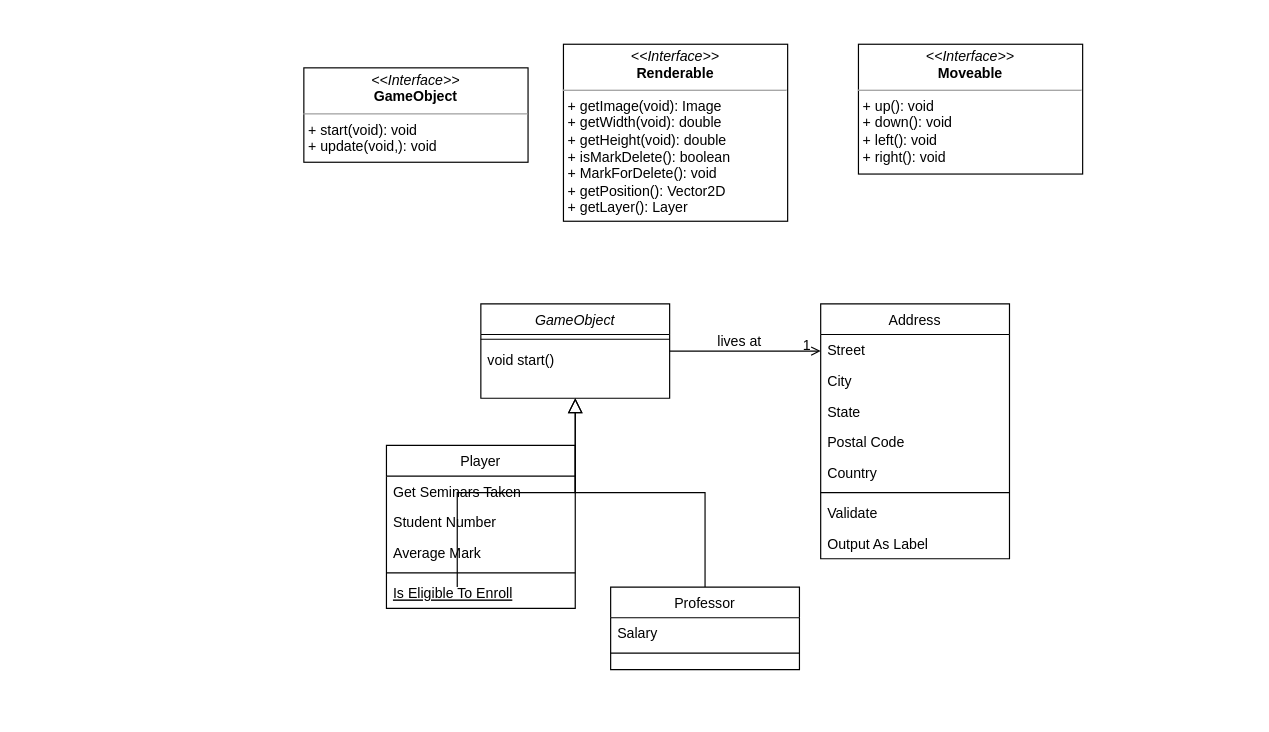
This is space.drawio from hayden-pzhou/drawioChart, a draw.io file, before an edit. Source tidied: cells renumbered, new cells numbered last; positions are measured from the earlier drawing's top-left corner, leaving out a move shared by most shapes. Both pictures are drawn from the tidied source at 118%, with x=0, y=0 at pixel (303, 44).
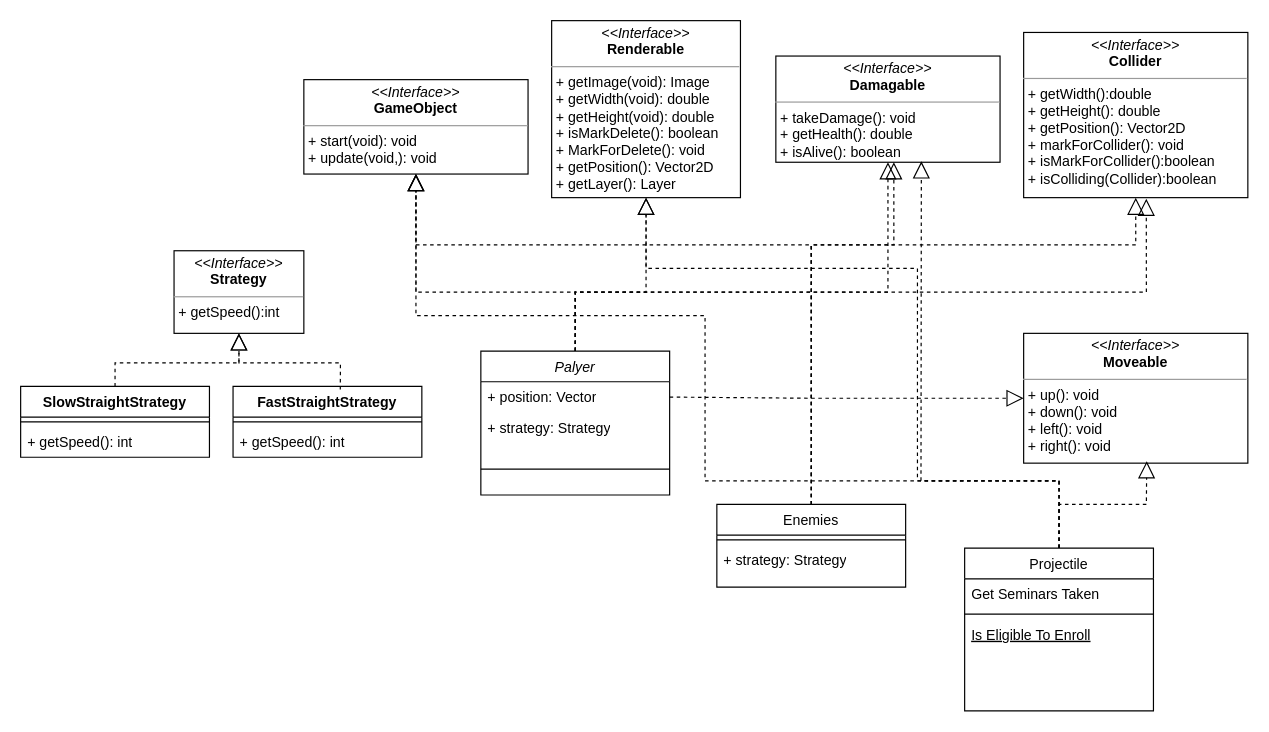
The same diagram, later.

Change to the diagram source:
```diff
@@
-    <mxCell id="2" value="GameObject" style="swimlane;fontStyle=2;align=center;verticalAlign=top;horizontal=1;startSize=26;rounded=0;shadow=0;strokeWidth=1;" parent="1" vertex="1">
-      <mxGeometry x="150" y="220" width="160" height="80" as="geometry" />
+    <mxCell id="2" value="Palyer" style="swimlane;fontStyle=2;align=center;verticalAlign=top;horizontal=1;startSize=26;rounded=0;shadow=0;strokeWidth=1;" parent="1" vertex="1">
+      <mxGeometry x="150" y="260" width="160" height="122" as="geometry" />
     </mxCell>
+    <mxCell id="31" value="+ position: Vector" style="text;strokeColor=none;fillColor=none;align=left;verticalAlign=top;spacingLeft=4;spacingRight=4;overflow=hidden;points=[[0,0.5],[1,0.5]];portConstraint=eastwest;whiteSpace=wrap;html=1;" parent="2" vertex="1">
+      <mxGeometry y="26" width="160" height="26" as="geometry" />
+    </mxCell>
+    <mxCell id="32" value="+ strategy: Strategy" style="text;strokeColor=none;fillColor=none;align=left;verticalAlign=top;spacingLeft=4;spacingRight=4;overflow=hidden;whiteSpace=wrap;html=1;" parent="2" vertex="1">
+      <mxGeometry y="52" width="160" height="26" as="geometry" />
+    </mxCell>
     <mxCell id="3" style="line;html=1;strokeWidth=1;align=left;verticalAlign=middle;spacingTop=-1;spacingLeft=3;spacingRight=3;labelPosition=right;" parent="2" vertex="1">
-      <mxGeometry y="26" width="160" height="8" as="geometry" />
+      <mxGeometry y="78" width="160" height="44" as="geometry" />
     </mxCell>
-    <mxCell id="4" value="void start()" style="text;align=left;verticalAlign=top;spacingLeft=4;spacingRight=4;overflow=hidden;" parent="2" vertex="1">
-      <mxGeometry y="34" width="160" height="26" as="geometry" />
-    </mxCell>
-    <mxCell id="5" value="Player" style="swimlane;fontStyle=0;align=center;verticalAlign=top;horizontal=1;startSize=26;rounded=0;shadow=0;strokeWidth=1;" parent="1" vertex="1">
-      <mxGeometry x="70" y="340" width="160" height="138" as="geometry" />
+    <mxCell id="5" value="Projectile" style="swimlane;fontStyle=0;align=center;verticalAlign=top;horizontal=1;startSize=26;rounded=0;shadow=0;strokeWidth=1;" parent="1" vertex="1">
+      <mxGeometry x="560" y="427" width="160" height="138" as="geometry" />
     </mxCell>
@@
-    <mxCell id="7" value="Student Number" style="text;align=left;verticalAlign=top;spacingLeft=4;spacingRight=4;overflow=hidden;" parent="5" vertex="1">
-      <mxGeometry y="52" width="160" height="26" as="geometry" />
-    </mxCell>
-    <mxCell id="8" value="Average Mark" style="text;align=left;verticalAlign=top;spacingLeft=4;spacingRight=4;overflow=hidden;rounded=0;shadow=0;html=0;" parent="5" vertex="1">
-      <mxGeometry y="78" width="160" height="26" as="geometry" />
-    </mxCell>
     <mxCell id="9" style="line;html=1;strokeWidth=1;align=left;verticalAlign=middle;spacingTop=-1;spacingLeft=3;spacingRight=3;labelPosition=right;" parent="5" vertex="1">
-      <mxGeometry y="104" width="160" height="8" as="geometry" />
+      <mxGeometry y="52" width="160" height="8" as="geometry" />
     </mxCell>
     <mxCell id="10" value="Is Eligible To Enroll" style="text;align=left;verticalAlign=top;spacingLeft=4;spacingRight=4;overflow=hidden;fontStyle=4;" parent="5" vertex="1">
-      <mxGeometry y="112" width="160" height="26" as="geometry" />
+      <mxGeometry y="60" width="160" height="26" as="geometry" />
     </mxCell>
-    <mxCell id="11" style="endArrow=block;endSize=10;endFill=0;shadow=0;strokeWidth=1;rounded=0;edgeStyle=elbowEdgeStyle;elbow=vertical;" parent="1" edge="1" target="2">
-      <mxGeometry relative="1" as="geometry">
-        <mxPoint x="130" y="460" as="sourcePoint" />
-      </mxGeometry>
-    </mxCell>
-    <mxCell id="12" value="Professor" style="swimlane;fontStyle=0;align=center;verticalAlign=top;horizontal=1;startSize=26;rounded=0;shadow=0;strokeWidth=1;" parent="1" vertex="1">
-      <mxGeometry x="260" y="460" width="160" height="70" as="geometry" />
+    <mxCell id="12" value="Enemies" style="swimlane;fontStyle=0;align=center;verticalAlign=top;horizontal=1;startSize=26;rounded=0;shadow=0;strokeWidth=1;" parent="1" vertex="1">
+      <mxGeometry x="350" y="390" width="160" height="70" as="geometry" />
     </mxCell>
-    <mxCell id="13" value="Salary" style="text;align=left;verticalAlign=top;spacingLeft=4;spacingRight=4;overflow=hidden;" parent="12" vertex="1">
-      <mxGeometry y="26" width="160" height="26" as="geometry" />
-    </mxCell>
     <mxCell id="14" style="line;html=1;strokeWidth=1;align=left;verticalAlign=middle;spacingTop=-1;spacingLeft=3;spacingRight=3;labelPosition=right;" parent="12" vertex="1">
-      <mxGeometry y="52" width="160" height="8" as="geometry" />
+      <mxGeometry y="26" width="160" height="8" as="geometry" />
     </mxCell>
-    <mxCell id="15" style="endArrow=block;endSize=10;endFill=0;shadow=0;strokeWidth=1;rounded=0;edgeStyle=elbowEdgeStyle;elbow=vertical;" parent="1" edge="1" source="12" target="2">
-      <mxGeometry relative="1" as="geometry" />
-    </mxCell>
-    <mxCell id="16" value="Address" style="swimlane;fontStyle=0;align=center;verticalAlign=top;horizontal=1;startSize=26;rounded=0;shadow=0;strokeWidth=1;" parent="1" vertex="1">
-      <mxGeometry x="438" y="220" width="160" height="216" as="geometry" />
-    </mxCell>
-    <mxCell id="17" value="Street" style="text;align=left;verticalAlign=top;spacingLeft=4;spacingRight=4;overflow=hidden;" parent="16" vertex="1">
-      <mxGeometry y="26" width="160" height="26" as="geometry" />
-    </mxCell>
-    <mxCell id="18" value="City" style="text;align=left;verticalAlign=top;spacingLeft=4;spacingRight=4;overflow=hidden;rounded=0;shadow=0;html=0;" parent="16" vertex="1">
-      <mxGeometry y="52" width="160" height="26" as="geometry" />
-    </mxCell>
-    <mxCell id="19" value="State" style="text;align=left;verticalAlign=top;spacingLeft=4;spacingRight=4;overflow=hidden;rounded=0;shadow=0;html=0;" parent="16" vertex="1">
-      <mxGeometry y="78" width="160" height="26" as="geometry" />
-    </mxCell>
-    <mxCell id="20" value="Postal Code" style="text;align=left;verticalAlign=top;spacingLeft=4;spacingRight=4;overflow=hidden;rounded=0;shadow=0;html=0;" parent="16" vertex="1">
-      <mxGeometry y="104" width="160" height="26" as="geometry" />
-    </mxCell>
-    <mxCell id="21" value="Country" style="text;align=left;verticalAlign=top;spacingLeft=4;spacingRight=4;overflow=hidden;rounded=0;shadow=0;html=0;" parent="16" vertex="1">
-      <mxGeometry y="130" width="160" height="26" as="geometry" />
-    </mxCell>
-    <mxCell id="22" style="line;html=1;strokeWidth=1;align=left;verticalAlign=middle;spacingTop=-1;spacingLeft=3;spacingRight=3;labelPosition=right;" parent="16" vertex="1">
-      <mxGeometry y="156" width="160" height="8" as="geometry" />
-    </mxCell>
-    <mxCell id="23" value="Validate" style="text;align=left;verticalAlign=top;spacingLeft=4;spacingRight=4;overflow=hidden;" parent="16" vertex="1">
-      <mxGeometry y="164" width="160" height="26" as="geometry" />
-    </mxCell>
-    <mxCell id="24" value="Output As Label" style="text;align=left;verticalAlign=top;spacingLeft=4;spacingRight=4;overflow=hidden;" parent="16" vertex="1">
-      <mxGeometry y="190" width="160" height="26" as="geometry" />
-    </mxCell>
-    <mxCell id="25" style="endArrow=open;shadow=0;strokeWidth=1;rounded=0;endFill=1;edgeStyle=elbowEdgeStyle;elbow=vertical;" parent="1" edge="1" source="2" target="16">
-      <mxGeometry x="0.5" y="41" relative="1" as="geometry">
-        <mxPoint x="-40" y="32" as="offset" />
-      </mxGeometry>
-    </mxCell>
-    <mxCell id="26" value="1" style="align=right;verticalAlign=bottom;labelBackgroundColor=none;fontSize=12;" parent="25" vertex="1">
-      <mxGeometry x="1" relative="1" as="geometry">
-        <mxPoint x="-7" y="4" as="offset" />
-      </mxGeometry>
-    </mxCell>
-    <mxCell id="27" value="lives at" style="text;html=1;align=center;verticalAlign=middle;labelBackgroundColor=none;rounded=0;shadow=0;strokeWidth=1;fontSize=12;" parent="25" vertex="1">
-      <mxGeometry x="0.5" y="49" relative="1" as="geometry">
-        <mxPoint x="-38" y="40" as="offset" />
-      </mxGeometry>
-    </mxCell>
+    <mxCell id="33" value="+ strategy: Strategy" style="text;strokeColor=none;fillColor=none;align=left;verticalAlign=top;spacingLeft=4;spacingRight=4;overflow=hidden;whiteSpace=wrap;html=1;" parent="12" vertex="1">
+      <mxGeometry y="34" width="160" height="26" as="geometry" />
+    </mxCell>
     <mxCell id="28" value="&lt;p style=&quot;margin:0px;margin-top:4px;text-align:center;&quot;&gt;&lt;i&gt;&amp;lt;&amp;lt;Interface&amp;gt;&amp;gt;&lt;/i&gt;&lt;br&gt;&lt;b&gt;GameObject&lt;/b&gt;&lt;/p&gt;&lt;hr size=&quot;1&quot;&gt;&lt;p style=&quot;margin:0px;margin-left:4px;&quot;&gt;&lt;/p&gt;&lt;p style=&quot;margin:0px;margin-left:4px;&quot;&gt;+ start(void): void&lt;br&gt;+ update(void,): void&lt;/p&gt;" style="verticalAlign=top;align=left;overflow=fill;fontSize=12;fontFamily=Helvetica;html=1;whiteSpace=wrap;" parent="1" vertex="1">
-      <mxGeometry y="20" width="190" height="80" as="geometry" />
+      <mxGeometry y="30" width="190" height="80" as="geometry" />
     </mxCell>
     <mxCell id="29" value="&lt;p style=&quot;margin:0px;margin-top:4px;text-align:center;&quot;&gt;&lt;i&gt;&amp;lt;&amp;lt;Interface&amp;gt;&amp;gt;&lt;/i&gt;&lt;br&gt;&lt;b&gt;Renderable&lt;/b&gt;&lt;/p&gt;&lt;hr size=&quot;1&quot;&gt;&lt;p style=&quot;margin:0px;margin-left:4px;&quot;&gt;&lt;/p&gt;&lt;p style=&quot;margin:0px;margin-left:4px;&quot;&gt;+ getImage(void): Image&lt;br&gt;+ getWidth(void): double&lt;/p&gt;&lt;p style=&quot;margin:0px;margin-left:4px;&quot;&gt;+ getHeight(void): double&lt;/p&gt;&lt;p style=&quot;margin:0px;margin-left:4px;&quot;&gt;+ isMarkDelete(): boolean&lt;/p&gt;&lt;p style=&quot;margin:0px;margin-left:4px;&quot;&gt;+ MarkForDelete(): void&lt;/p&gt;&lt;p style=&quot;margin:0px;margin-left:4px;&quot;&gt;+ getPosition(): Vector2D&lt;/p&gt;&lt;p style=&quot;margin:0px;margin-left:4px;&quot;&gt;+ getLayer(): Layer&lt;/p&gt;" style="verticalAlign=top;align=left;overflow=fill;fontSize=12;fontFamily=Helvetica;html=1;whiteSpace=wrap;" parent="1" vertex="1">
-      <mxGeometry x="220" width="190" height="150" as="geometry" />
+      <mxGeometry x="210" y="-20" width="160" height="150" as="geometry" />
     </mxCell>
     <mxCell id="30" value="&lt;p style=&quot;margin:0px;margin-top:4px;text-align:center;&quot;&gt;&lt;i&gt;&amp;lt;&amp;lt;Interface&amp;gt;&amp;gt;&lt;/i&gt;&lt;br&gt;&lt;b&gt;Moveable&lt;/b&gt;&lt;/p&gt;&lt;hr size=&quot;1&quot;&gt;&lt;p style=&quot;margin:0px;margin-left:4px;&quot;&gt;+ up(): void&lt;br&gt;+ down(): void&lt;/p&gt;&lt;p style=&quot;margin:0px;margin-left:4px;&quot;&gt;+ left(): void&lt;/p&gt;&lt;p style=&quot;margin:0px;margin-left:4px;&quot;&gt;+ right(): void&lt;/p&gt;" style="verticalAlign=top;align=left;overflow=fill;fontSize=12;fontFamily=Helvetica;html=1;whiteSpace=wrap;" parent="1" vertex="1">
-      <mxGeometry x="470" width="190" height="110" as="geometry" />
+      <mxGeometry x="610" y="245" width="190" height="110" as="geometry" />
     </mxCell>
+    <mxCell id="34" value="&lt;p style=&quot;margin:0px;margin-top:4px;text-align:center;&quot;&gt;&lt;i&gt;&amp;lt;&amp;lt;Interface&amp;gt;&amp;gt;&lt;/i&gt;&lt;br&gt;&lt;b&gt;Collider&lt;/b&gt;&lt;/p&gt;&lt;hr size=&quot;1&quot;&gt;&lt;p style=&quot;margin:0px;margin-left:4px;&quot;&gt;+ getWidth():double&amp;nbsp;&lt;br&gt;+ getHeight(): double&lt;/p&gt;&lt;p style=&quot;margin:0px;margin-left:4px;&quot;&gt;+ getPosition(): Vector2D&lt;/p&gt;&lt;p style=&quot;margin:0px;margin-left:4px;&quot;&gt;+ markForCollider(): void&lt;/p&gt;&lt;p style=&quot;margin:0px;margin-left:4px;&quot;&gt;+ isMarkForCollider():boolean&lt;/p&gt;&lt;p style=&quot;margin:0px;margin-left:4px;&quot;&gt;+ isColliding(Collider):boolean&lt;/p&gt;" style="verticalAlign=top;align=left;overflow=fill;fontSize=12;fontFamily=Helvetica;html=1;whiteSpace=wrap;" parent="1" vertex="1">
+      <mxGeometry x="610" y="-10" width="190" height="140" as="geometry" />
+    </mxCell>
+    <mxCell id="35" style="endArrow=block;dashed=1;endFill=0;endSize=12;html=1;rounded=0;exitX=0.5;exitY=0;exitDx=0;exitDy=0;entryX=0.5;entryY=1;entryDx=0;entryDy=0;" parent="1" edge="1" source="2" target="28">
+      <mxGeometry relative="1" as="geometry">
+        <Array as="points">
+          <mxPoint x="230" y="210" />
+          <mxPoint x="95" y="210" />
+        </Array>
+      </mxGeometry>
+    </mxCell>
+    <mxCell id="36" style="endArrow=block;dashed=1;endFill=0;endSize=12;html=1;rounded=0;exitX=0.5;exitY=0;exitDx=0;exitDy=0;entryX=0.5;entryY=1;entryDx=0;entryDy=0;" parent="1" edge="1" source="2" target="29">
+      <mxGeometry relative="1" as="geometry">
+        <Array as="points">
+          <mxPoint x="230" y="210" />
+          <mxPoint x="290" y="210" />
+        </Array>
+      </mxGeometry>
+    </mxCell>
+    <mxCell id="37" value="&lt;p style=&quot;margin:0px;margin-top:4px;text-align:center;&quot;&gt;&lt;i&gt;&amp;lt;&amp;lt;Interface&amp;gt;&amp;gt;&lt;/i&gt;&lt;br&gt;&lt;b&gt;Damagable&lt;/b&gt;&lt;/p&gt;&lt;hr size=&quot;1&quot;&gt;&lt;p style=&quot;margin:0px;margin-left:4px;&quot;&gt;+ takeDamage(): void&lt;br&gt;+ getHealth(): double&lt;/p&gt;&lt;p style=&quot;margin:0px;margin-left:4px;&quot;&gt;+ isAlive(): boolean&lt;/p&gt;" style="verticalAlign=top;align=left;overflow=fill;fontSize=12;fontFamily=Helvetica;html=1;whiteSpace=wrap;" parent="1" vertex="1">
+      <mxGeometry x="400" y="10" width="190" height="90" as="geometry" />
+    </mxCell>
+    <mxCell id="38" style="endArrow=block;dashed=1;endFill=0;endSize=12;html=1;rounded=0;entryX=0.5;entryY=1;entryDx=0;entryDy=0;" parent="1" edge="1" target="37">
+      <mxGeometry relative="1" as="geometry">
+        <mxPoint x="230" y="260" as="sourcePoint" />
+        <Array as="points">
+          <mxPoint x="230" y="210" />
+          <mxPoint x="325" y="210" />
+          <mxPoint x="495" y="210" />
+        </Array>
+      </mxGeometry>
+    </mxCell>
+    <mxCell id="39" style="endArrow=block;dashed=1;endFill=0;endSize=12;html=1;rounded=0;entryX=0;entryY=0.5;entryDx=0;entryDy=0;exitX=1;exitY=0.5;exitDx=0;exitDy=0;" parent="1" edge="1" source="31" target="30">
+      <mxGeometry relative="1" as="geometry">
+        <Array as="points">
+          <mxPoint x="430" y="300" />
+        </Array>
+      </mxGeometry>
+    </mxCell>
+    <mxCell id="40" style="endArrow=block;dashed=1;endFill=0;endSize=12;html=1;rounded=0;entryX=0.547;entryY=1.006;entryDx=0;entryDy=0;exitX=0.5;exitY=0;exitDx=0;exitDy=0;entryPerimeter=0;" parent="1" edge="1" source="2" target="34">
+      <mxGeometry relative="1" as="geometry">
+        <Array as="points">
+          <mxPoint x="230" y="210" />
+          <mxPoint x="480" y="210" />
+          <mxPoint x="714" y="210" />
+        </Array>
+      </mxGeometry>
+    </mxCell>
+    <mxCell id="41" value="&lt;p style=&quot;margin:0px;margin-top:4px;text-align:center;&quot;&gt;&lt;i&gt;&amp;lt;&amp;lt;Interface&amp;gt;&amp;gt;&lt;/i&gt;&lt;br&gt;&lt;b&gt;Strategy&lt;/b&gt;&lt;/p&gt;&lt;hr size=&quot;1&quot;&gt;&lt;p style=&quot;margin:0px;margin-left:4px;&quot;&gt;+ getSpeed():int&lt;br&gt;&lt;/p&gt;" style="verticalAlign=top;align=left;overflow=fill;fontSize=12;fontFamily=Helvetica;html=1;whiteSpace=wrap;" parent="1" vertex="1">
+      <mxGeometry x="-110" y="175" width="110" height="70" as="geometry" />
+    </mxCell>
+    <mxCell id="42" value="SlowStraightStrategy" style="swimlane;fontStyle=1;align=center;verticalAlign=top;horizontal=1;startSize=26;whiteSpace=wrap;html=1;" parent="1" vertex="1">
+      <mxGeometry x="-240" y="290" width="160" height="60" as="geometry" />
+    </mxCell>
+    <mxCell id="43" style="line;strokeWidth=1;fillColor=none;align=left;verticalAlign=middle;spacingTop=-1;spacingLeft=3;spacingRight=3;labelPosition=right;strokeColor=inherit;" parent="42" vertex="1">
+      <mxGeometry y="26" width="160" height="8" as="geometry" />
+    </mxCell>
+    <mxCell id="44" value="+ getSpeed(): int" style="text;strokeColor=none;fillColor=none;align=left;verticalAlign=top;spacingLeft=4;spacingRight=4;overflow=hidden;whiteSpace=wrap;html=1;" parent="42" vertex="1">
+      <mxGeometry y="34" width="160" height="26" as="geometry" />
+    </mxCell>
+    <mxCell id="45" style="endArrow=block;dashed=1;endFill=0;endSize=12;html=1;rounded=0;exitX=0.5;exitY=0;exitDx=0;exitDy=0;entryX=0.5;entryY=1;entryDx=0;entryDy=0;" parent="1" edge="1" source="42" target="41">
+      <mxGeometry relative="1" as="geometry">
+        <Array as="points">
+          <mxPoint x="-160" y="270" />
+          <mxPoint x="-55" y="270" />
+        </Array>
+      </mxGeometry>
+    </mxCell>
+    <mxCell id="46" value="FastStraightStrategy" style="swimlane;fontStyle=1;align=center;verticalAlign=top;horizontal=1;startSize=26;whiteSpace=wrap;html=1;" parent="1" vertex="1">
+      <mxGeometry x="-60" y="290" width="160" height="60" as="geometry" />
+    </mxCell>
+    <mxCell id="47" style="line;strokeWidth=1;fillColor=none;align=left;verticalAlign=middle;spacingTop=-1;spacingLeft=3;spacingRight=3;labelPosition=right;strokeColor=inherit;" parent="46" vertex="1">
+      <mxGeometry y="26" width="160" height="8" as="geometry" />
+    </mxCell>
+    <mxCell id="48" value="+ getSpeed(): int" style="text;strokeColor=none;fillColor=none;align=left;verticalAlign=top;spacingLeft=4;spacingRight=4;overflow=hidden;whiteSpace=wrap;html=1;" parent="46" vertex="1">
+      <mxGeometry y="34" width="160" height="26" as="geometry" />
+    </mxCell>
+    <mxCell id="49" style="endArrow=block;dashed=1;endFill=0;endSize=12;html=1;rounded=0;exitX=0.568;exitY=0.043;exitDx=0;exitDy=0;exitPerimeter=0;entryX=0.5;entryY=1;entryDx=0;entryDy=0;" parent="1" edge="1" source="46" target="41">
+      <mxGeometry relative="1" as="geometry">
+        <Array as="points">
+          <mxPoint x="31" y="270" />
+          <mxPoint x="-55" y="270" />
+        </Array>
+      </mxGeometry>
+    </mxCell>
+    <mxCell id="50" style="endArrow=block;dashed=1;endFill=0;endSize=12;html=1;rounded=0;exitX=0.5;exitY=0;exitDx=0;exitDy=0;entryX=0.5;entryY=1;entryDx=0;entryDy=0;" parent="1" edge="1" source="12" target="28">
+      <mxGeometry relative="1" as="geometry">
+        <Array as="points">
+          <mxPoint x="430" y="170" />
+          <mxPoint x="95" y="170" />
+        </Array>
+      </mxGeometry>
+    </mxCell>
+    <mxCell id="51" style="endArrow=block;dashed=1;endFill=0;endSize=12;html=1;rounded=0;exitX=0.5;exitY=0;exitDx=0;exitDy=0;" parent="1" edge="1" source="12">
+      <mxGeometry relative="1" as="geometry">
+        <mxPoint x="500" y="100" as="targetPoint" />
+        <Array as="points">
+          <mxPoint x="430" y="170" />
+          <mxPoint x="500" y="170" />
+        </Array>
+      </mxGeometry>
+    </mxCell>
+    <mxCell id="52" style="endArrow=block;dashed=1;endFill=0;endSize=12;html=1;rounded=0;exitX=0.5;exitY=0;exitDx=0;exitDy=0;entryX=0.5;entryY=1;entryDx=0;entryDy=0;" parent="1" edge="1" source="12" target="34">
+      <mxGeometry relative="1" as="geometry">
+        <Array as="points">
+          <mxPoint x="430" y="170" />
+          <mxPoint x="705" y="170" />
+        </Array>
+      </mxGeometry>
+    </mxCell>
+    <mxCell id="53" style="endArrow=block;dashed=1;endFill=0;endSize=12;html=1;rounded=0;exitX=0.5;exitY=0;exitDx=0;exitDy=0;entryX=0.549;entryY=0.985;entryDx=0;entryDy=0;entryPerimeter=0;" parent="1" edge="1" source="5" target="30">
+      <mxGeometry relative="1" as="geometry">
+        <Array as="points">
+          <mxPoint x="640" y="390" />
+          <mxPoint x="714" y="390" />
+        </Array>
+      </mxGeometry>
+    </mxCell>
+    <mxCell id="54" style="endArrow=block;dashed=1;endFill=0;endSize=12;html=1;rounded=0;exitX=0.5;exitY=0;exitDx=0;exitDy=0;entryX=0.649;entryY=0.991;entryDx=0;entryDy=0;entryPerimeter=0;" parent="1" edge="1" source="5" target="37">
+      <mxGeometry relative="1" as="geometry">
+        <Array as="points">
+          <mxPoint x="640" y="370" />
+          <mxPoint x="523" y="370" />
+        </Array>
+      </mxGeometry>
+    </mxCell>
+    <mxCell id="55" style="endArrow=block;dashed=1;endFill=0;endSize=12;html=1;rounded=0;exitX=0.5;exitY=0;exitDx=0;exitDy=0;entryX=0.5;entryY=1;entryDx=0;entryDy=0;" parent="1" edge="1" source="5" target="29">
+      <mxGeometry relative="1" as="geometry">
+        <Array as="points">
+          <mxPoint x="640" y="370" />
+          <mxPoint x="520" y="370" />
+          <mxPoint x="520" y="190" />
+          <mxPoint x="290" y="190" />
+        </Array>
+      </mxGeometry>
+    </mxCell>
+    <mxCell id="56" style="endArrow=block;dashed=1;endFill=0;endSize=12;html=1;rounded=0;exitX=0.5;exitY=0;exitDx=0;exitDy=0;entryX=0.5;entryY=1;entryDx=0;entryDy=0;" parent="1" edge="1" source="5" target="28">
+      <mxGeometry relative="1" as="geometry">
+        <Array as="points">
+          <mxPoint x="640" y="370" />
+          <mxPoint x="340" y="370" />
+          <mxPoint x="340" y="230" />
+          <mxPoint x="95" y="230" />
+        </Array>
+      </mxGeometry>
+    </mxCell>
```
